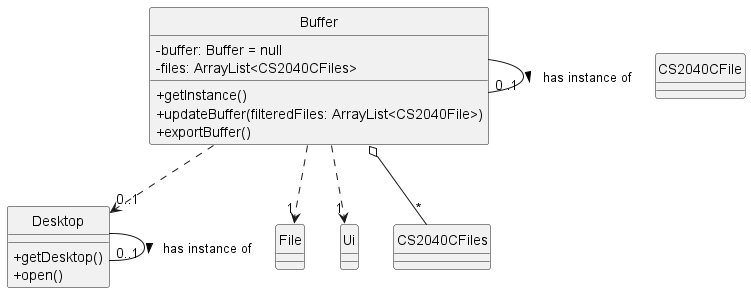
Above: docs/class-diagrams/diagrams/ExportClass.png in ong-ck/tp (PlantUML), before the change.
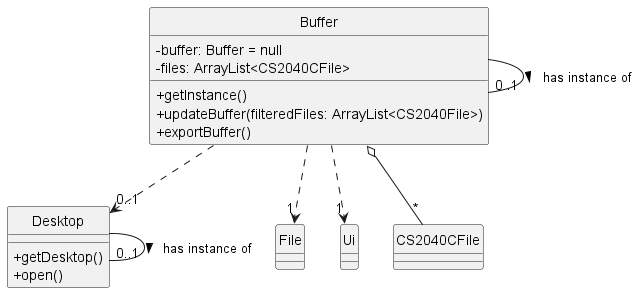
After the commit.

Commit message:
Fix: error in ExportClass

Diff of the diagram source:
```diff
@@ -3,7 +3,7 @@
 
 class Buffer {
 -buffer: Buffer = null
--files: ArrayList<CS2040CFiles>
+-files: ArrayList<CS2040CFile>
 +getInstance()
 +updateBuffer(filteredFiles: ArrayList<CS2040File>)
 +exportBuffer()
@@ -28,7 +28,7 @@
 Buffer -  "0..1" Buffer: has instance of >
 Buffer ..> "1" Ui
 Buffer ..> "1" File
-Buffer o-- "*" CS2040CFiles
+Buffer o-- "*" CS2040CFile
 
 hide circle
 @enduml
```
